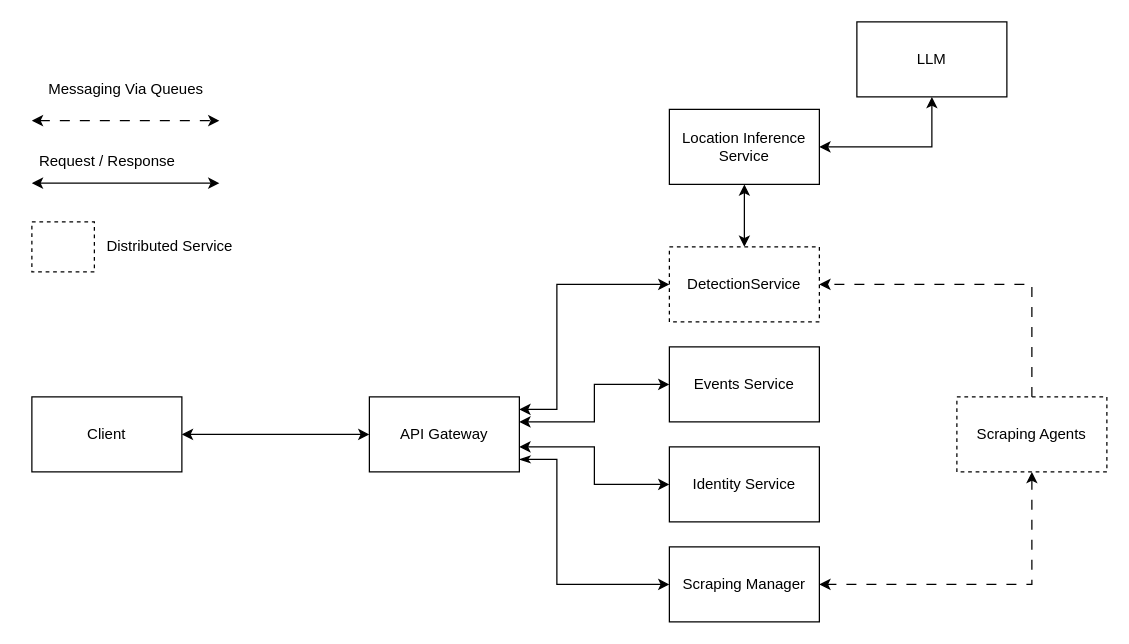
Earlier version of the draw.io diagram page "Design-2" (1 of 19) of Methodology/methodology.drawio (HasanKhadd0ur/GPDocs). Source tidied: cells renumbered, new cells numbered last; positions are measured from the earlier drawing's top-left corner, leaving out a move shared by most shapes. Both pictures are drawn from the tidied source at 125%, with x=0, y=0 at pixel (25, 21).
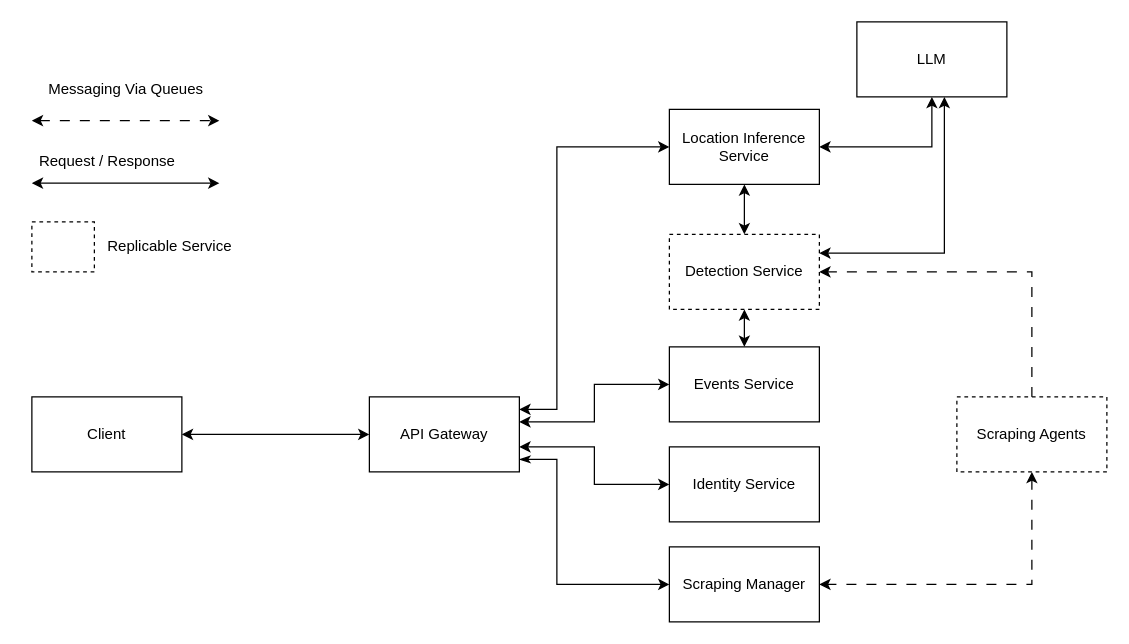
The same page after the edit.

The change refers to these unchanged cells:
```xml
<mxCell id="4" value="Scraping Agents" style="rounded=0;whiteSpace=wrap;html=1;dashed=1;" parent="1" vertex="1">
  <mxGeometry x="745" y="300" width="120" height="60" as="geometry" />
</mxCell>
<mxCell id="8" value="Location Inference Service" style="rounded=0;whiteSpace=wrap;html=1;" parent="1" vertex="1">
  <mxGeometry x="515" y="70" width="120" height="60" as="geometry" />
</mxCell>
<mxCell id="9" value="LLM" style="rounded=0;whiteSpace=wrap;html=1;" parent="1" vertex="1">
  <mxGeometry x="665" width="120" height="60" as="geometry" />
</mxCell>
<mxCell id="12" value="Events Service" style="rounded=0;whiteSpace=wrap;html=1;" parent="1" vertex="1">
  <mxGeometry x="515" y="260" width="120" height="60" as="geometry" />
</mxCell>
<mxCell id="17" value="API Gateway" style="rounded=0;whiteSpace=wrap;html=1;" parent="1" vertex="1">
  <mxGeometry x="275" y="300" width="120" height="60" as="geometry" />
</mxCell>
```

What changed in the source:
```diff
@@
-    <mxCell id="2" style="edgeStyle=orthogonalEdgeStyle;rounded=0;jettySize=auto;html=1;entryX=1;entryY=0.5;entryDx=0;entryDy=0;dashed=1;dashPattern=8 8;" parent="1" edge="1" source="4" target="6">
+    <mxCell id="2" style="edgeStyle=orthogonalEdgeStyle;rounded=0;jettySize=auto;html=1;dashed=1;dashPattern=8 8;" parent="1" edge="1" source="4" target="6">
       <mxGeometry relative="1" as="geometry">
         <Array as="points">
-          <mxPoint x="805" y="210" />
+          <mxPoint x="805" y="200" />
         </Array>
       </mxGeometry>
     </mxCell>
@@
-    <mxCell id="6" value="DetectionService" style="rounded=0;whiteSpace=wrap;html=1;dashed=1;" parent="1" vertex="1">
-      <mxGeometry x="515" y="180" width="120" height="60" as="geometry" />
+    <mxCell id="6" value="Detection Service" style="rounded=0;whiteSpace=wrap;html=1;dashed=1;" parent="1" vertex="1">
+      <mxGeometry x="515" y="170" width="120" height="60" as="geometry" />
     </mxCell>
@@
-    <mxCell id="13" style="edgeStyle=orthogonalEdgeStyle;rounded=0;jettySize=auto;html=1;startArrow=classic;startFill=1;" parent="1" edge="1" source="17" target="6">
+    <mxCell id="13" style="edgeStyle=orthogonalEdgeStyle;rounded=0;jettySize=auto;html=1;startArrow=classic;startFill=1;entryX=0;entryY=0.5;entryDx=0;entryDy=0;" parent="1" edge="1" source="17" target="8">
       <mxGeometry relative="1" as="geometry">
         <Array as="points">
           <mxPoint x="425" y="310" />
-          <mxPoint x="425" y="210" />
+          <mxPoint x="425" y="100" />
         </Array>
       </mxGeometry>
     </mxCell>
@@
-    <mxCell id="25" value="Distributed Service" style="text;html=1;align=center;verticalAlign=middle;strokeColor=none;fillColor=none;" parent="1" vertex="1">
+    <mxCell id="25" value="Replicable Service" style="text;html=1;align=center;verticalAlign=middle;strokeColor=none;fillColor=none;" parent="1" vertex="1">
       <mxGeometry x="55" y="165" width="120" height="30" as="geometry" />
     </mxCell>
+    <mxCell id="26" style="edgeStyle=orthogonalEdgeStyle;rounded=0;jettySize=auto;html=1;startArrow=classic;startFill=1;" parent="1" edge="1" source="12" target="6">
+      <mxGeometry relative="1" as="geometry" />
+    </mxCell>
+    <mxCell id="27" style="edgeStyle=orthogonalEdgeStyle;rounded=0;jettySize=auto;html=1;exitX=1;exitY=0.25;exitDx=0;exitDy=0;startArrow=classic;startFill=1;" parent="1" edge="1" source="6" target="9">
+      <mxGeometry relative="1" as="geometry">
+        <Array as="points">
+          <mxPoint x="735" y="185" />
+        </Array>
+      </mxGeometry>
+    </mxCell>
```
